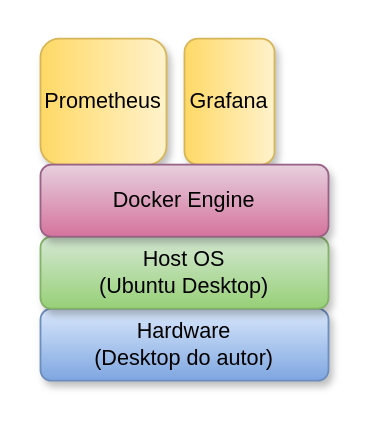
The draw.io diagram texto/Diagrams/v3/v3_stack.drawio in vitorco7/saturmon, before the edit. Source tidied: cells renumbered, new cells numbered last; positions are measured from the earlier drawing's top-left corner, leaving out a move shared by most shapes. Both pictures are drawn from the tidied source at 180%, with x=0, y=0 at pixel (40, 38).
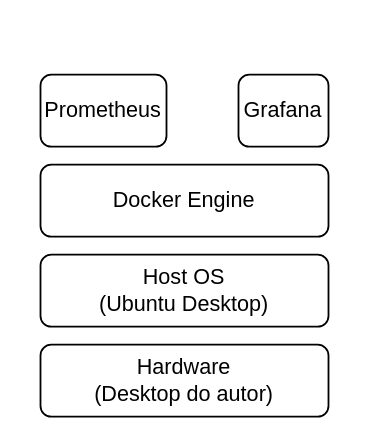
The same page after the edit.

What changed in the source:
```diff
@@
 <mxGraphModel>
   <root>
     <mxCell id="0" />
     <mxCell id="1" parent="0" />
-    <mxCell id="2" value="Hardware&lt;br&gt;(Desktop do autor)" style="rounded=1;whiteSpace=wrap;html=1;shadow=1;gradientDirection=south;fillColor=#dae8fc;strokeColor=#6c8ebf;gradientColor=#7ea6e0;glass=0;" parent="1" vertex="1">
-      <mxGeometry y="150" width="160" height="40" as="geometry" />
+    <mxCell id="2" value="Hardware&lt;br&gt;(Desktop do autor)" style="rounded=1;whiteSpace=wrap;html=1;shadow=0;gradientDirection=south;glass=0;" parent="1" vertex="1">
+      <mxGeometry y="170" width="160" height="40" as="geometry" />
     </mxCell>
-    <mxCell id="3" value="Host OS&lt;br&gt;&lt;div&gt;(Ubuntu Desktop)&lt;/div&gt;" style="rounded=1;whiteSpace=wrap;html=1;shadow=1;glass=0;fillColor=#d5e8d4;gradientColor=#97d077;strokeColor=#82b366;" parent="1" vertex="1">
-      <mxGeometry y="110" width="160" height="40" as="geometry" />
+    <mxCell id="3" value="Host OS&lt;br&gt;&lt;div&gt;(Ubuntu Desktop)&lt;/div&gt;" style="rounded=1;whiteSpace=wrap;html=1;shadow=0;glass=0;" parent="1" vertex="1">
+      <mxGeometry y="120" width="160" height="40" as="geometry" />
     </mxCell>
-    <mxCell id="4" value="Prometheus" style="rounded=1;whiteSpace=wrap;html=1;direction=south;shadow=1;glass=0;fillColor=#fff2cc;gradientColor=#ffd966;strokeColor=#d6b656;" parent="1" vertex="1">
-      <mxGeometry width="70" height="70" as="geometry" />
+    <mxCell id="4" value="Prometheus" style="rounded=1;whiteSpace=wrap;html=1;direction=south;shadow=0;glass=0;" parent="1" vertex="1">
+      <mxGeometry y="20" width="70" height="40" as="geometry" />
     </mxCell>
-    <mxCell id="5" value="&lt;div&gt;Grafana&lt;/div&gt;" style="rounded=1;whiteSpace=wrap;html=1;direction=south;shadow=1;glass=0;fillColor=#fff2cc;gradientColor=#ffd966;strokeColor=#d6b656;" parent="1" vertex="1">
-      <mxGeometry x="80" width="50" height="70" as="geometry" />
+    <mxCell id="5" value="&lt;div&gt;Grafana&lt;/div&gt;" style="rounded=1;whiteSpace=wrap;html=1;direction=south;shadow=0;glass=0;" parent="1" vertex="1">
+      <mxGeometry x="110" y="20" width="50" height="40" as="geometry" />
     </mxCell>
-    <mxCell id="6" value="Docker Engine" style="rounded=1;whiteSpace=wrap;html=1;shadow=1;gradientDirection=south;fillColor=#e6d0de;strokeColor=#996185;gradientColor=#d5739d;glass=0;" parent="1" vertex="1">
+    <mxCell id="6" value="Docker Engine" style="rounded=1;whiteSpace=wrap;html=1;shadow=0;gradientDirection=south;glass=0;" parent="1" vertex="1">
       <mxGeometry y="70" width="160" height="40" as="geometry" />
     </mxCell>
   </root>
 </mxGraphModel>
```
